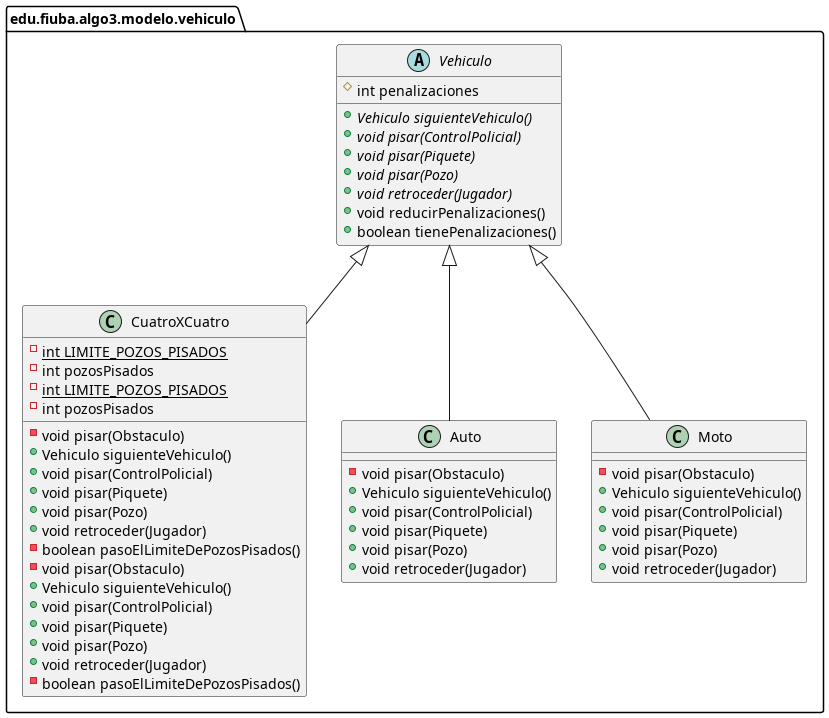
Above: diagramas/clases-vehiculo.png in Pablo1107/algo3-tp2 (PlantUML), before the change. Its diagram source:
```plantuml
@startuml
class edu.fiuba.algo3.modelo.vehiculo.CuatroXCuatro {
- {static} int LIMITE_POZOS_PISADOS
- int pozosPisados
- void pisar(Obstaculo)
+ Vehiculo siguienteVehiculo()
+ void pisar(ControlPolicial)
+ void pisar(Piquete)
+ void pisar(Pozo)
+ void retroceder(Jugador)
- boolean pasoElLimiteDePozosPisados()
}
class edu.fiuba.algo3.modelo.vehiculo.Auto {
- void pisar(Obstaculo)
+ Vehiculo siguienteVehiculo()
+ void pisar(ControlPolicial)
+ void pisar(Piquete)
+ void pisar(Pozo)
+ void retroceder(Jugador)
}
class edu.fiuba.algo3.modelo.vehiculo.Moto {
- void pisar(Obstaculo)
+ Vehiculo siguienteVehiculo()
+ void pisar(ControlPolicial)
+ void pisar(Piquete)
+ void pisar(Pozo)
+ void retroceder(Jugador)
}
abstract class edu.fiuba.algo3.modelo.vehiculo.Vehiculo {
# int penalizaciones
+ {abstract}Vehiculo siguienteVehiculo()
+ {abstract}void pisar(ControlPolicial)
+ {abstract}void pisar(Piquete)
+ {abstract}void pisar(Pozo)
+ {abstract}void retroceder(Jugador)
+ void reducirPenalizaciones()
+ boolean tienePenalizaciones()
}
class edu.fiuba.algo3.modelo.vehiculo.CuatroXCuatro {
- {static} int LIMITE_POZOS_PISADOS
- int pozosPisados
- void pisar(Obstaculo)
+ Vehiculo siguienteVehiculo()
+ void pisar(ControlPolicial)
+ void pisar(Piquete)
+ void pisar(Pozo)
+ void retroceder(Jugador)
- boolean pasoElLimiteDePozosPisados()
}

edu.fiuba.algo3.modelo.vehiculo.Vehiculo <|-- edu.fiuba.algo3.modelo.vehiculo.CuatroXCuatro
edu.fiuba.algo3.modelo.vehiculo.Vehiculo <|-- edu.fiuba.algo3.modelo.vehiculo.Auto
edu.fiuba.algo3.modelo.vehiculo.Vehiculo <|-- edu.fiuba.algo3.modelo.vehiculo.Moto
@enduml
```
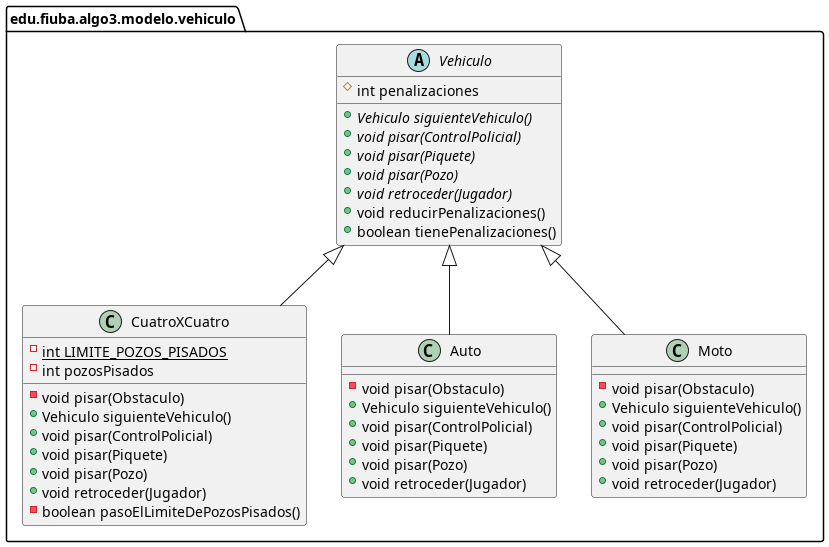
The same diagram one commit later.

Change to the diagram source:
```diff
@@ -36,17 +36,6 @@
 + void reducirPenalizaciones()
 + boolean tienePenalizaciones()
 }
-class edu.fiuba.algo3.modelo.vehiculo.CuatroXCuatro {
-- {static} int LIMITE_POZOS_PISADOS
-- int pozosPisados
-- void pisar(Obstaculo)
-+ Vehiculo siguienteVehiculo()
-+ void pisar(ControlPolicial)
-+ void pisar(Piquete)
-+ void pisar(Pozo)
-+ void retroceder(Jugador)
-- boolean pasoElLimiteDePozosPisados()
-}
 
 edu.fiuba.algo3.modelo.vehiculo.Vehiculo <|-- edu.fiuba.algo3.modelo.vehiculo.CuatroXCuatro
 edu.fiuba.algo3.modelo.vehiculo.Vehiculo <|-- edu.fiuba.algo3.modelo.vehiculo.Auto
```
